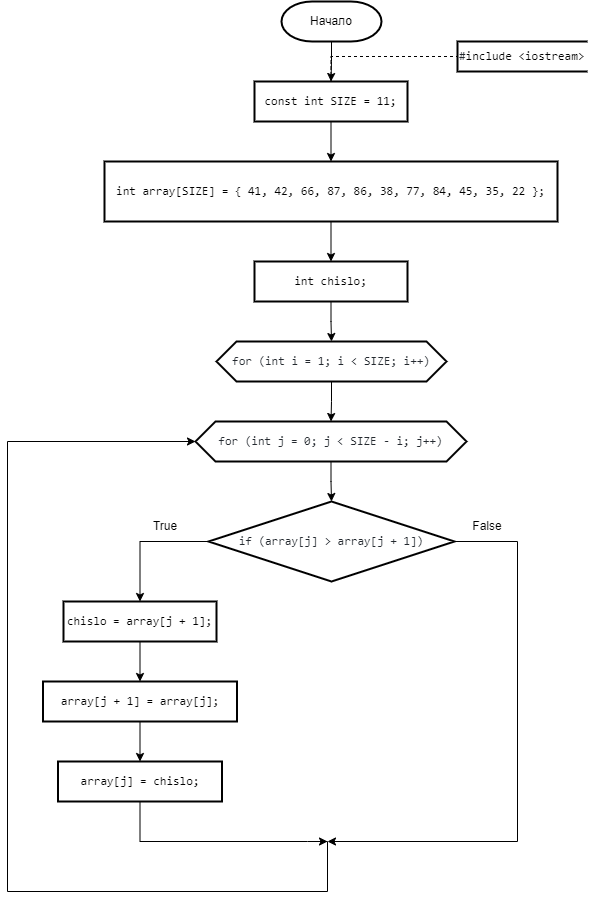
Before: Labs/Сортировка пузырьком.png, a diagram exported from draw.io (IlyaFedoseev227/LABS-PNRPU-IVT-22-1b). Source tidied: cells renumbered, new cells last; positions are measured from the earlier drawing's top-left corner, leaving out a move shared by most shapes.
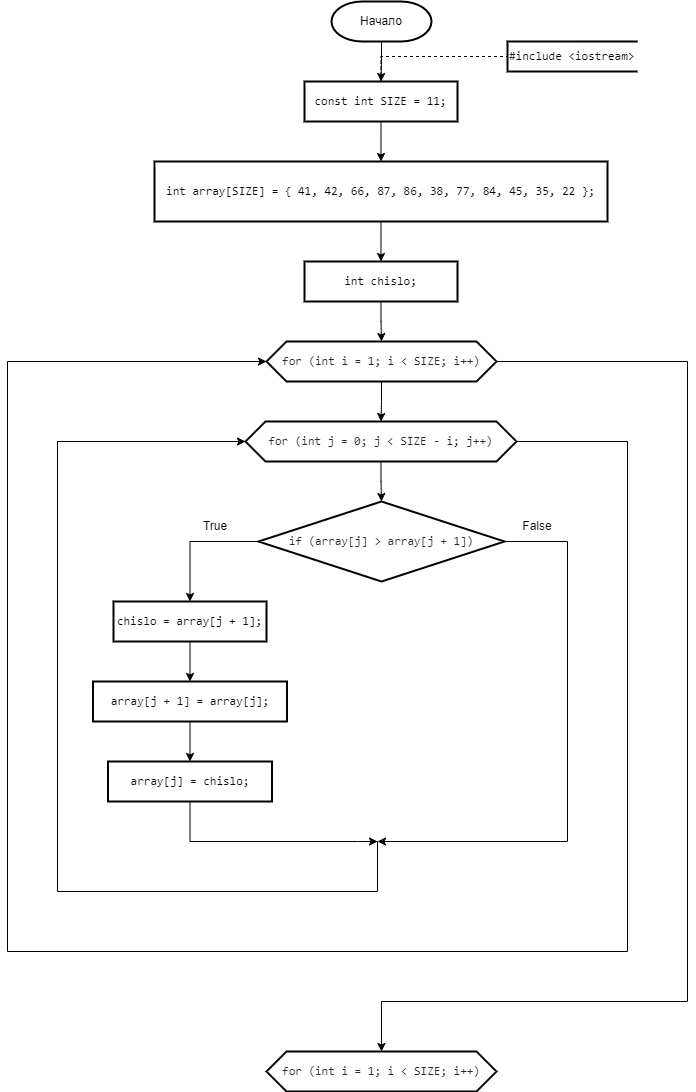
Later version of the same file.

Diff of the diagram source:
```diff
@@ -35,12 +35,31 @@
     <mxCell id="12" style="edgeStyle=orthogonalEdgeStyle;rounded=0;jettySize=auto;html=1;exitX=0.5;exitY=1;exitDx=0;exitDy=0;" parent="1" edge="1" source="13" target="15">
       <mxGeometry relative="1" as="geometry" />
     </mxCell>
+    <mxCell id="28" style="edgeStyle=orthogonalEdgeStyle;rounded=0;jettySize=auto;html=1;exitX=1;exitY=0.5;exitDx=0;exitDy=0;" parent="1" edge="1" source="13" target="30">
+      <mxGeometry relative="1" as="geometry">
+        <Array as="points">
+          <mxPoint x="630" y="360" />
+          <mxPoint x="630" y="1000" />
+          <mxPoint x="324" y="1000" />
+        </Array>
+      </mxGeometry>
+    </mxCell>
     <mxCell id="13" value="&lt;div style=&quot;text-align: start;&quot;&gt;&lt;span style=&quot;background-color: initial;&quot;&gt;&lt;font face=&quot;ui-monospace, SFMono-Regular, SF Mono, Menlo, Consolas, Liberation Mono, monospace&quot; color=&quot;#24292f&quot;&gt;for (int i = 1; i &amp;lt; SIZE; i++)&lt;/font&gt;&lt;/span&gt;&lt;/div&gt;" style="shape=hexagon;perimeter=hexagonPerimeter2;whiteSpace=wrap;html=1;fixedSize=1;strokeWidth=2;" parent="1" vertex="1">
       <mxGeometry x="209" y="340" width="230" height="40" as="geometry" />
     </mxCell>
     <mxCell id="14" style="edgeStyle=orthogonalEdgeStyle;rounded=0;jettySize=auto;html=1;exitX=0.5;exitY=1;exitDx=0;exitDy=0;" parent="1" edge="1" source="15" target="19">
       <mxGeometry relative="1" as="geometry" />
     </mxCell>
+    <mxCell id="29" style="edgeStyle=orthogonalEdgeStyle;rounded=0;jettySize=auto;html=1;exitX=1;exitY=0.5;exitDx=0;exitDy=0;entryX=0;entryY=0.5;entryDx=0;entryDy=0;" parent="1" edge="1" source="15" target="13">
+      <mxGeometry relative="1" as="geometry">
+        <Array as="points">
+          <mxPoint x="570" y="440" />
+          <mxPoint x="570" y="950" />
+          <mxPoint x="-50" y="950" />
+          <mxPoint x="-50" y="360" />
+        </Array>
+      </mxGeometry>
+    </mxCell>
     <mxCell id="15" value="&lt;div style=&quot;text-align: start;&quot;&gt;&lt;font face=&quot;ui-monospace, SFMono-Regular, SF Mono, Menlo, Consolas, Liberation Mono, monospace&quot; color=&quot;#24292f&quot;&gt;for (int j = 0; j &amp;lt; SIZE - i; j++)&lt;/font&gt;&lt;br&gt;&lt;/div&gt;" style="shape=hexagon;perimeter=hexagonPerimeter2;whiteSpace=wrap;html=1;fixedSize=1;strokeWidth=2;" parent="1" vertex="1">
       <mxGeometry x="188" y="420" width="271" height="40" as="geometry" />
     </mxCell>
@@ -100,5 +119,8 @@
     <mxCell id="27" value="&lt;div style=&quot;text-align: start;&quot;&gt;&lt;font face=&quot;ui-monospace, SFMono-Regular, SF Mono, Menlo, Consolas, Liberation Mono, monospace&quot;&gt;array[j] = chislo;&lt;/font&gt;&lt;br&gt;&lt;/div&gt;" style="shape=parallelogram;perimeter=parallelogramPerimeter;whiteSpace=wrap;html=1;fixedSize=1;strokeWidth=2;size=-6;" parent="1" vertex="1">
       <mxGeometry x="50.5" y="760" width="164" height="40" as="geometry" />
     </mxCell>
+    <mxCell id="30" value="&lt;div style=&quot;text-align: start;&quot;&gt;&lt;span style=&quot;background-color: initial;&quot;&gt;&lt;font face=&quot;ui-monospace, SFMono-Regular, SF Mono, Menlo, Consolas, Liberation Mono, monospace&quot; color=&quot;#24292f&quot;&gt;for (int i = 1; i &amp;lt; SIZE; i++)&lt;/font&gt;&lt;/span&gt;&lt;/div&gt;" style="shape=hexagon;perimeter=hexagonPerimeter2;whiteSpace=wrap;html=1;fixedSize=1;strokeWidth=2;" parent="1" vertex="1">
+      <mxGeometry x="209" y="1050" width="230" height="40" as="geometry" />
+    </mxCell>
   </root>
 </mxGraphModel>
```
